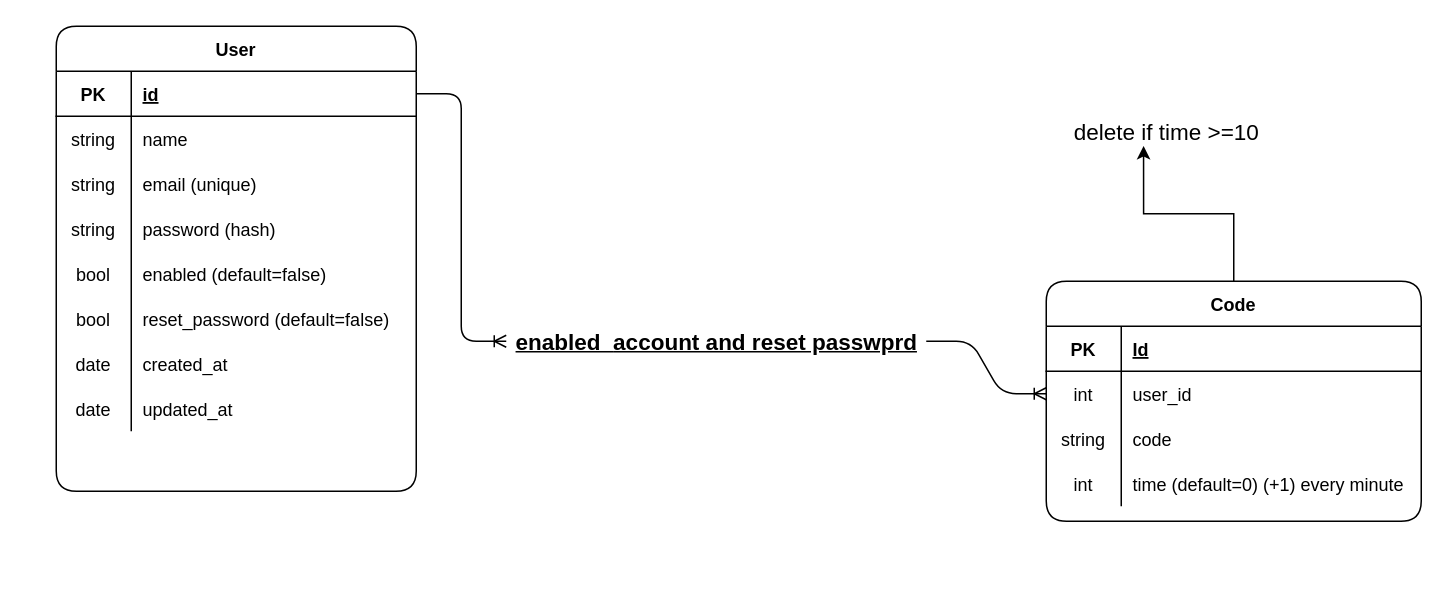
Before: DataBase Tables.drawio in nezarab404/PL_project, a draw.io diagram. Source tidied: cells renumbered, new cells numbered last; positions are measured from the earlier drawing's top-left corner, leaving out a move shared by most shapes. Both pictures are drawn from the tidied source at 150%, with x=0, y=0 at pixel (56, 26).
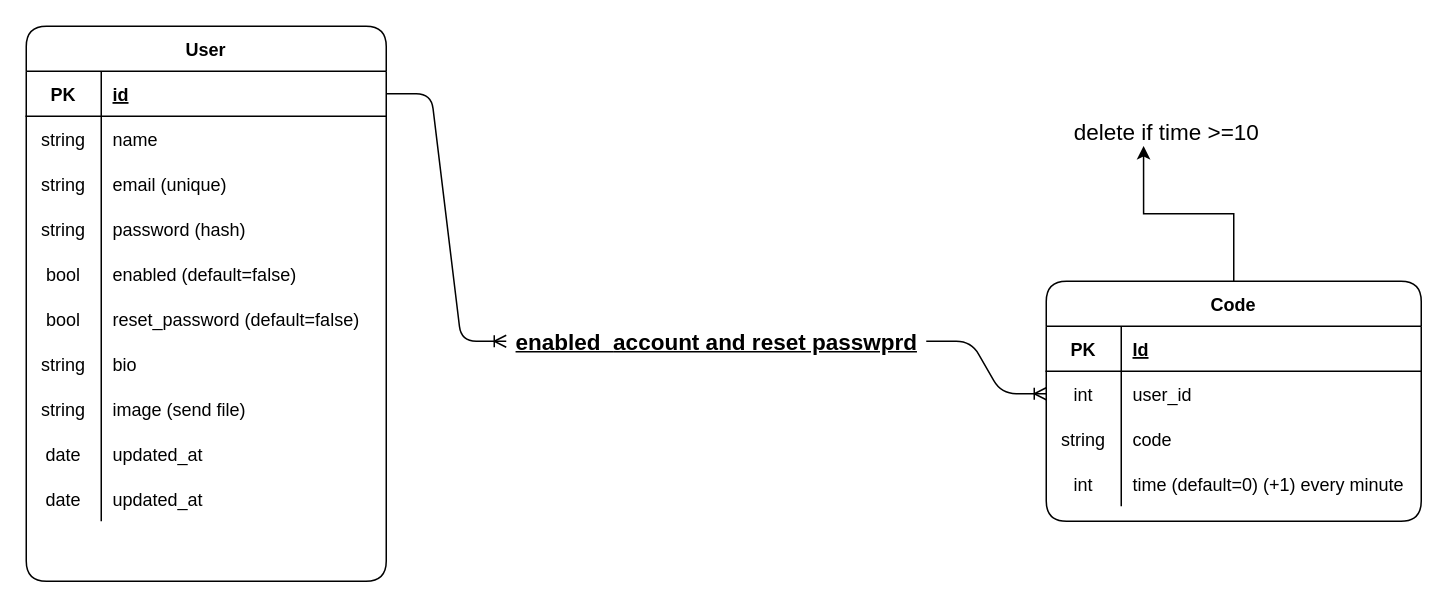
The same diagram, later.

Commit message:
DataBase Tables v1.2 Update user

The change refers to these unchanged cells:
```xml
<mxCell id="21" style="shape=partialRectangle;fillColor=none;top=0;left=0;bottom=0;right=0;" parent="2" vertex="1">
  <mxGeometry y="210" width="240" height="30" as="geometry" />
</mxCell>
<mxCell id="24" style="shape=partialRectangle;fillColor=none;top=0;left=0;bottom=0;right=0;" parent="2" vertex="1">
  <mxGeometry y="240" width="240" height="30" as="geometry" />
</mxCell>
```

The edit, as a diff of the source:
```diff
@@
     <mxCell id="2" value="User" style="shape=table;startSize=30;childLayout=tableLayout;rowLines=0;fontStyle=1;align=center;rounded=1;shadow=0;labelBackgroundColor=none;fillColor=none;fontColor=none;" parent="1" vertex="1">
-      <mxGeometry width="240" height="310" as="geometry" />
+      <mxGeometry x="-20" width="240" height="370" as="geometry" />
     </mxCell>
@@
-    <mxCell id="22" value="date" style="shape=partialRectangle;fillColor=none;top=0;left=0;bottom=0;right=0;overflow=hidden;" parent="21" vertex="1">
+    <mxCell id="22" value="string" style="shape=partialRectangle;fillColor=none;top=0;left=0;bottom=0;right=0;overflow=hidden;" parent="21" vertex="1">
       <mxGeometry width="50" height="30" as="geometry" />
     </mxCell>
-    <mxCell id="23" value="created_at " style="shape=partialRectangle;fillColor=none;top=0;left=0;bottom=0;right=0;align=left;spacingLeft=6;overflow=hidden;" parent="21" vertex="1">
+    <mxCell id="23" value="bio" style="shape=partialRectangle;fillColor=none;top=0;left=0;bottom=0;right=0;align=left;spacingLeft=6;overflow=hidden;" parent="21" vertex="1">
       <mxGeometry x="50" width="190" height="30" as="geometry" />
     </mxCell>
@@
-    <mxCell id="25" value="date" style="shape=partialRectangle;fillColor=none;top=0;left=0;bottom=0;right=0;overflow=hidden;" parent="24" vertex="1">
+    <mxCell id="25" value="string" style="shape=partialRectangle;fillColor=none;top=0;left=0;bottom=0;right=0;overflow=hidden;" parent="24" vertex="1">
       <mxGeometry width="50" height="30" as="geometry" />
     </mxCell>
-    <mxCell id="26" value="updated_at" style="shape=partialRectangle;fillColor=none;top=0;left=0;bottom=0;right=0;align=left;spacingLeft=6;overflow=hidden;" parent="24" vertex="1">
+    <mxCell id="26" value="image (send file)" style="shape=partialRectangle;fillColor=none;top=0;left=0;bottom=0;right=0;align=left;spacingLeft=6;overflow=hidden;" parent="24" vertex="1">
       <mxGeometry x="50" width="190" height="30" as="geometry" />
     </mxCell>
+    <mxCell id="45" style="shape=partialRectangle;fillColor=none;top=0;left=0;bottom=0;right=0;" parent="2" vertex="1">
+      <mxGeometry y="270" width="240" height="30" as="geometry" />
+    </mxCell>
+    <mxCell id="46" value="date" style="shape=partialRectangle;fillColor=none;top=0;left=0;bottom=0;right=0;overflow=hidden;" parent="45" vertex="1">
+      <mxGeometry width="50" height="30" as="geometry" />
+    </mxCell>
+    <mxCell id="47" value="updated_at" style="shape=partialRectangle;fillColor=none;top=0;left=0;bottom=0;right=0;align=left;spacingLeft=6;overflow=hidden;" parent="45" vertex="1">
+      <mxGeometry x="50" width="190" height="30" as="geometry" />
+    </mxCell>
+    <mxCell id="48" style="shape=partialRectangle;fillColor=none;top=0;left=0;bottom=0;right=0;" parent="2" vertex="1">
+      <mxGeometry y="300" width="240" height="30" as="geometry" />
+    </mxCell>
+    <mxCell id="49" value="date" style="shape=partialRectangle;fillColor=none;top=0;left=0;bottom=0;right=0;overflow=hidden;" parent="48" vertex="1">
+      <mxGeometry width="50" height="30" as="geometry" />
+    </mxCell>
+    <mxCell id="50" value="updated_at" style="shape=partialRectangle;fillColor=none;top=0;left=0;bottom=0;right=0;align=left;spacingLeft=6;overflow=hidden;" parent="48" vertex="1">
+      <mxGeometry x="50" width="190" height="30" as="geometry" />
+    </mxCell>
```
